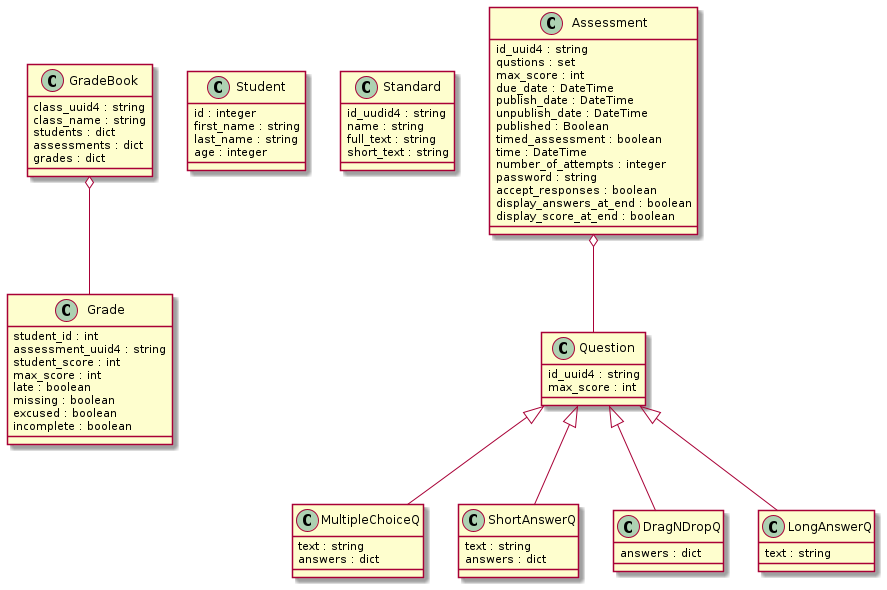
Above: classes.png in tfree87/LibreEd (PlantUML), before the change.
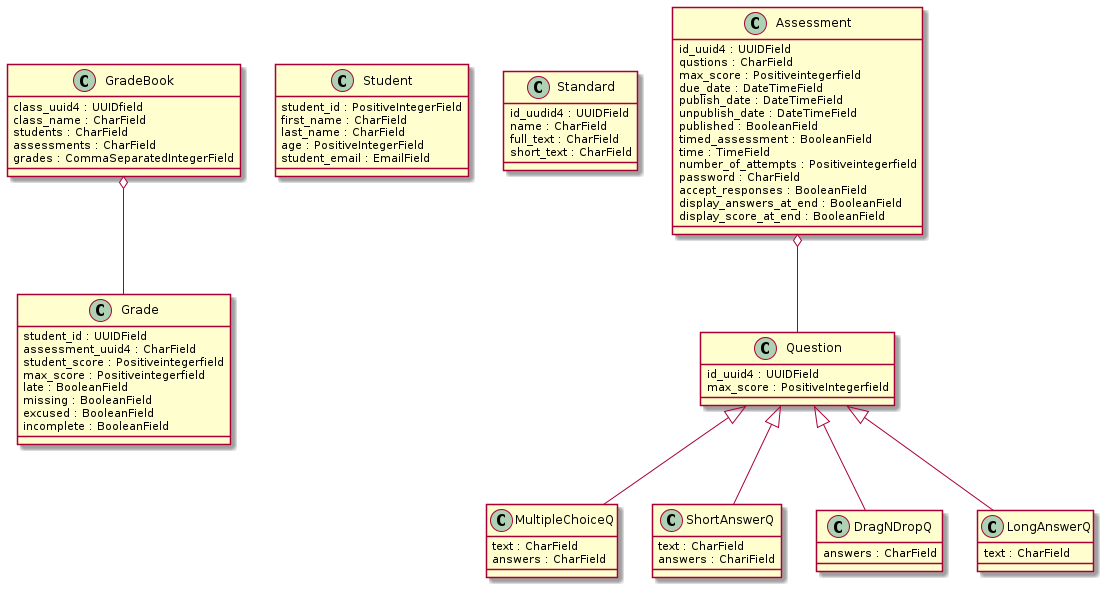
The same file after the commit.

Change to the diagram source:
```diff
@@ -1,76 +1,77 @@
 @startuml
 
 class GradeBook {
-class_uuid4 : string
-class_name : string
-students : dict
-assessments : dict
-grades : dict
+class_uuid4 : UUIDfield
+class_name : CharField
+students : CharField
+assessments : CharField
+grades : CommaSeparatedIntegerField
 }
 
 class Grade {
-student_id : int
-assessment_uuid4 : string
-student_score : int
-max_score : int
-late : boolean
-missing : boolean
-excused : boolean
-incomplete : boolean
+student_id : UUIDField
+assessment_uuid4 : CharField
+student_score : Positiveintegerfield
+max_score : Positiveintegerfield
+late : BooleanField
+missing : BooleanField
+excused : BooleanField
+incomplete : BooleanField
 }
 
 class Student {
-id : integer
-first_name : string
-last_name : string
-age : integer
+student_id : PositiveIntegerField
+first_name : CharField
+last_name : CharField
+age : PositiveIntegerField
+student_email : EmailField
 }
 
 class Standard {
-id_uudid4 : string
-name : string
-full_text : string
-short_text : string
+id_uudid4 : UUIDField
+name : CharField
+full_text : CharField
+short_text : CharField
 }
 
 class Assessment {
-id_uuid4 : string
-qustions : set
-max_score : int
-due_date : DateTime
-publish_date : DateTime
-unpublish_date : DateTime
-published : Boolean
-timed_assessment : boolean
-time : DateTime
-number_of_attempts : integer
-password : string
-accept_responses : boolean
-display_answers_at_end : boolean
-display_score_at_end : boolean
+id_uuid4 : UUIDField
+qustions : CharField
+max_score : Positiveintegerfield
+due_date : DateTimeField
+publish_date : DateTimeField
+unpublish_date : DateTimeField
+published : BooleanField
+timed_assessment : BooleanField
+time : TimeField
+number_of_attempts : Positiveintegerfield
+password : CharField
+accept_responses : BooleanField
+display_answers_at_end : BooleanField
+display_score_at_end : BooleanField
 }
 
 class Question {
-id_uuid4 : string
-max_score : int
+id_uuid4 : UUIDField
+max_score : PositiveIntegerfield
 }
 
 class MultipleChoiceQ {
-text : string
-answers : dict
+text : CharField
+answers : CharField
 }
 
 class ShortAnswerQ {
-text : string
-answers : dict
+text : CharField
+answers : ChariField
 }
 
 class DragNDropQ {
-answers : dict
+answers : CharField
 }
 
 class LongAnswerQ {
-text : string
+text : CharField
 }
 
 Assessment o-- Question
```
